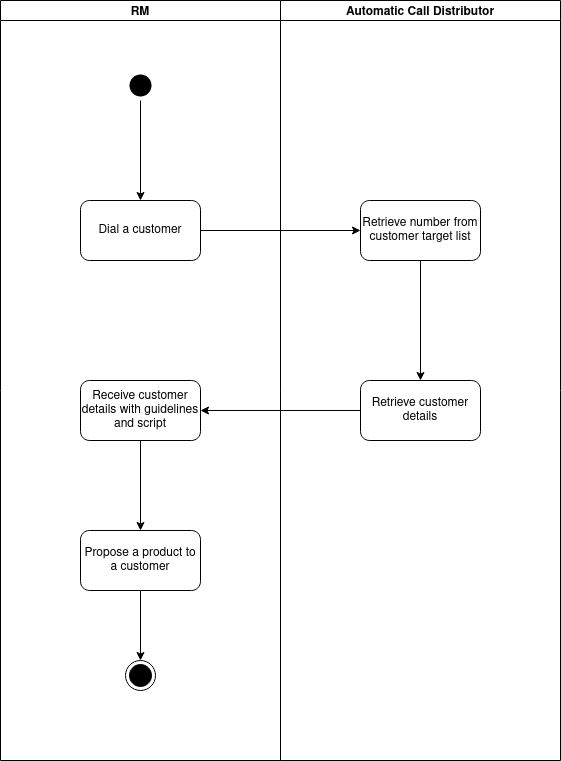
Before: models/target_customers_activity_diagram.png, a diagram exported from draw.io (tonyhannaa/ISDMGroup2Israt). Source tidied: cells renumbered, new cells last; positions are measured from the earlier drawing's top-left corner, leaving out a move shared by most shapes.
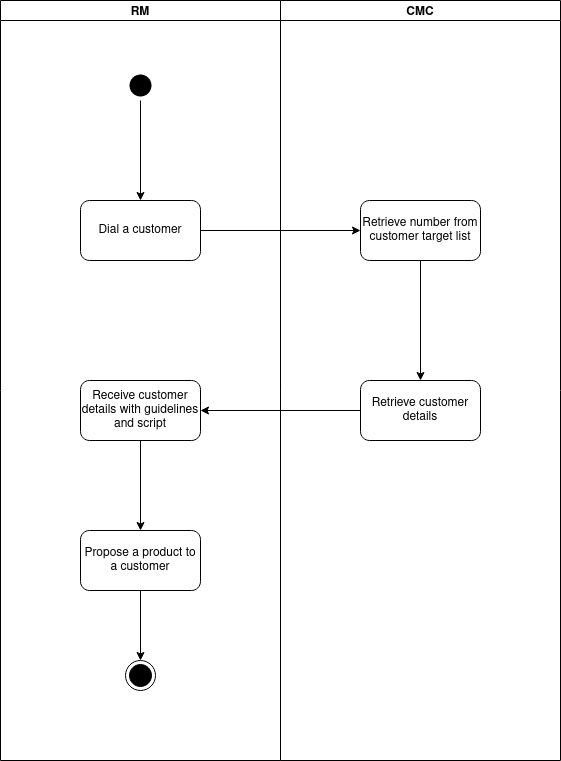
After the change.

Commit message:
Renamed Automatic Call Distributor pools to CMC in activity diagrams

Change to the diagram source:
```diff
@@ -32,7 +32,7 @@
     <mxCell id="11" style="edgeStyle=orthogonalEdgeStyle;rounded=0;jettySize=auto;html=1;" parent="3" edge="1" source="10" target="6">
       <mxGeometry relative="1" as="geometry" />
     </mxCell>
-    <mxCell id="12" value="Automatic Call Distributor" style="swimlane;startSize=20;strokeColor=#000000;" parent="1" vertex="1">
+    <mxCell id="12" value="CMC" style="swimlane;startSize=20;strokeColor=#000000;" parent="1" vertex="1">
       <mxGeometry x="280" width="280" height="760" as="geometry" />
     </mxCell>
     <mxCell id="13" value="Retrieve number from customer target list" style="rounded=1;whiteSpace=wrap;html=1;" parent="12" vertex="1">
```
